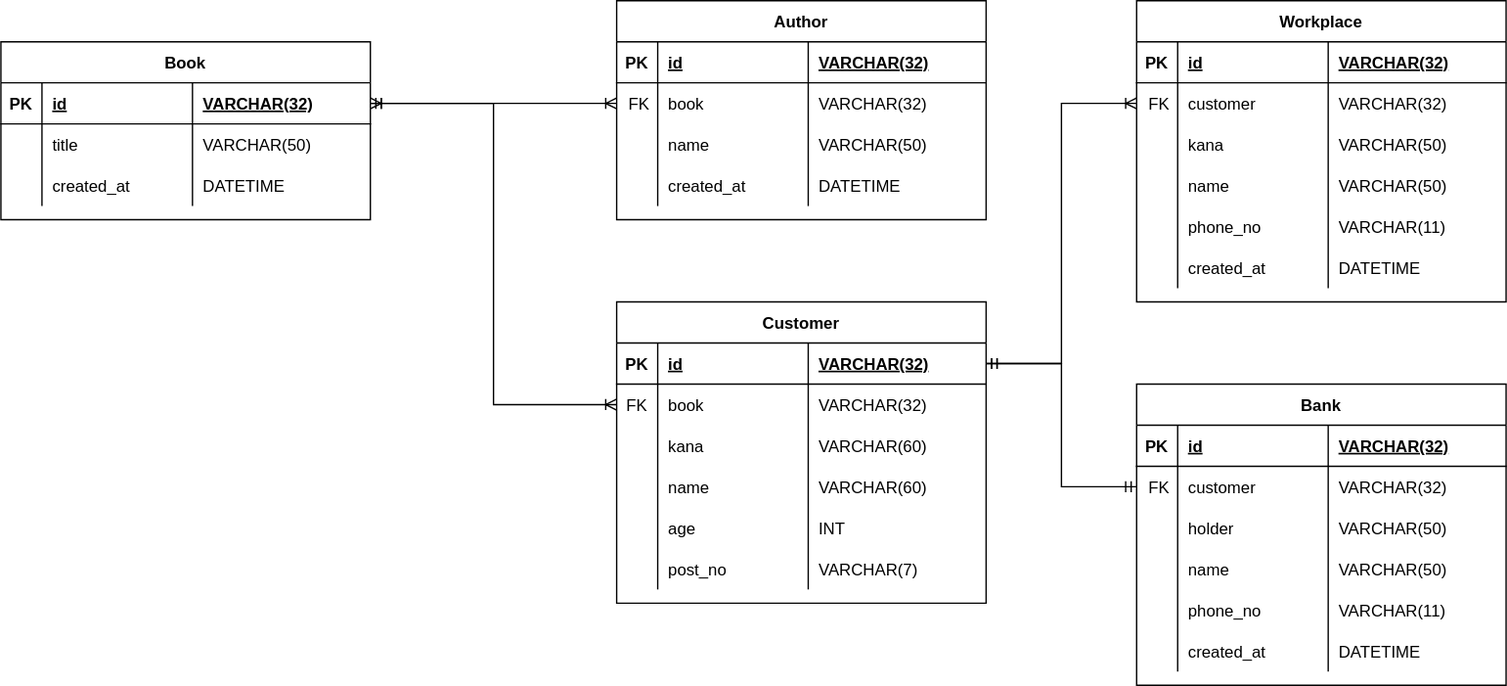
This is 勉強用ER図.drawio.svg from shun198/django-rest-framework, a draw.io export, as it was before one commit. Source tidied: cells renumbered, new cells last; positions are measured from the earlier drawing's top-left corner, leaving out a move shared by most shapes.
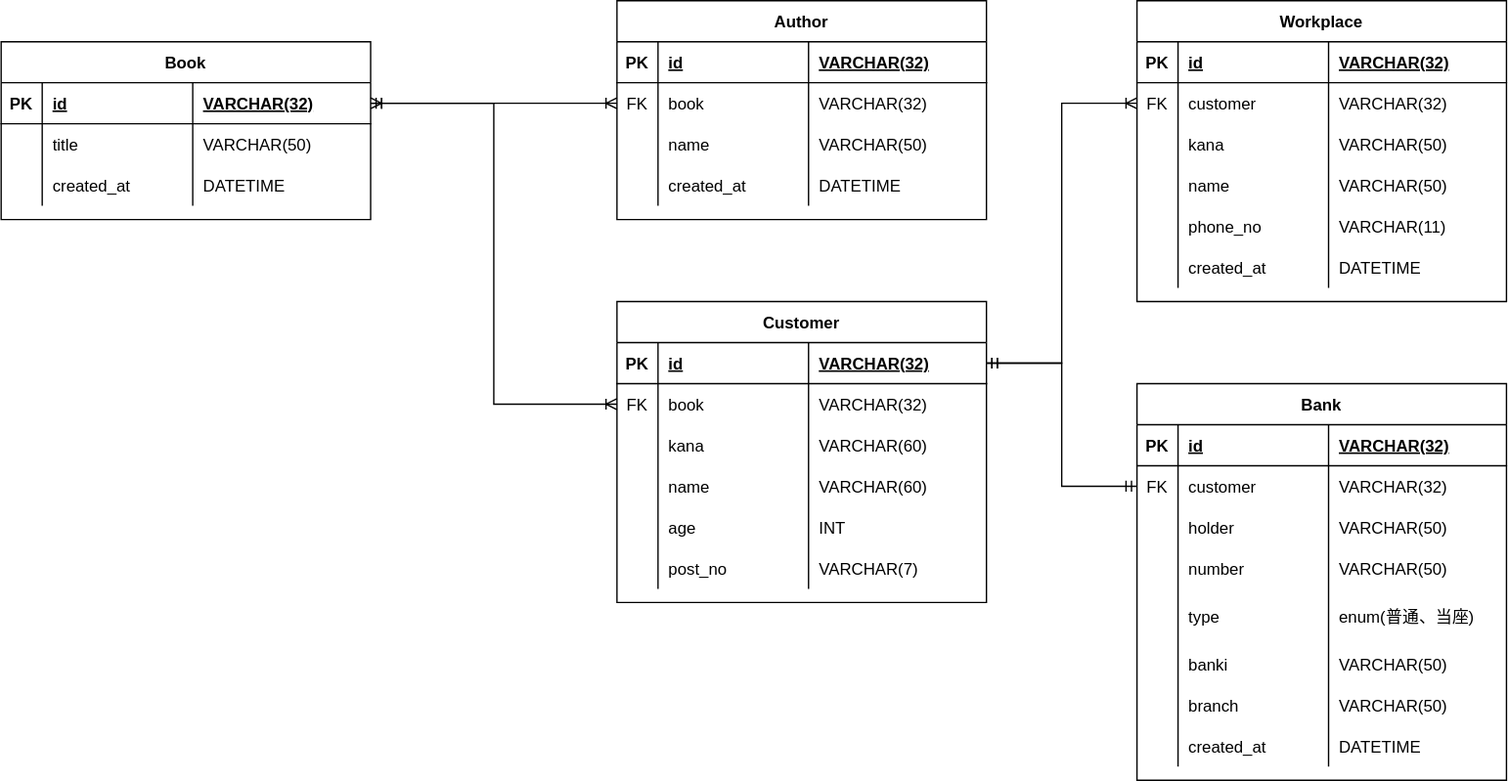
After the change.

What changed in the source:
```diff
@@ -252,7 +252,7 @@
       <mxGeometry relative="1" as="geometry" />
     </mxCell>
     <mxCell id="85" value="Bank" style="shape=table;startSize=30;rowLines=0;fontStyle=1;align=center;" parent="1" vertex="1">
-      <mxGeometry x="830" y="280" width="270" height="220" as="geometry" />
+      <mxGeometry x="830" y="280" width="270" height="290" as="geometry" />
     </mxCell>
     <mxCell id="86" style="shape=partialRectangle;fillColor=none;top=0;left=0;right=0;bottom=1;" parent="85" vertex="1">
       <mxGeometry y="30" width="270" height="30" as="geometry" />
@@ -296,26 +296,50 @@
     <mxCell id="99" style="shape=partialRectangle;overflow=hidden;fillColor=none;top=0;left=0;bottom=0;right=0;" parent="98" vertex="1">
       <mxGeometry width="30" height="30" as="geometry" />
     </mxCell>
-    <mxCell id="100" value="name" style="shape=partialRectangle;overflow=hidden;fillColor=none;top=0;left=0;bottom=0;right=0;align=left;spacingLeft=6;" parent="98" vertex="1">
+    <mxCell id="100" value="number" style="shape=partialRectangle;overflow=hidden;fillColor=none;top=0;left=0;bottom=0;right=0;align=left;spacingLeft=6;" parent="98" vertex="1">
       <mxGeometry x="30" width="110" height="30" as="geometry" />
     </mxCell>
     <mxCell id="101" value="VARCHAR(50)" style="shape=partialRectangle;overflow=hidden;fillColor=none;top=0;left=0;bottom=0;right=0;align=left;spacingLeft=6;" parent="98" vertex="1">
       <mxGeometry x="140" width="130" height="30" as="geometry" />
     </mxCell>
     <mxCell id="102" style="shape=partialRectangle;fillColor=none;top=0;left=0;right=0;bottom=0;" parent="85" vertex="1">
-      <mxGeometry y="150" width="270" height="30" as="geometry" />
+      <mxGeometry y="150" width="270" height="40" as="geometry" />
     </mxCell>
     <mxCell id="103" style="shape=partialRectangle;overflow=hidden;fillColor=none;top=0;left=0;bottom=0;right=0;" parent="102" vertex="1">
-      <mxGeometry width="30" height="30" as="geometry" />
+      <mxGeometry width="30" height="40" as="geometry" />
     </mxCell>
-    <mxCell id="104" value="phone_no" style="shape=partialRectangle;overflow=hidden;fillColor=none;top=0;left=0;bottom=0;right=0;align=left;spacingLeft=6;" parent="102" vertex="1">
-      <mxGeometry x="30" width="110" height="30" as="geometry" />
+    <mxCell id="104" value="type" style="shape=partialRectangle;overflow=hidden;fillColor=none;top=0;left=0;bottom=0;right=0;align=left;spacingLeft=6;" parent="102" vertex="1">
+      <mxGeometry x="30" width="110" height="40" as="geometry" />
     </mxCell>
-    <mxCell id="105" value="VARCHAR(11)" style="shape=partialRectangle;overflow=hidden;fillColor=none;top=0;left=0;bottom=0;right=0;align=left;spacingLeft=6;" parent="102" vertex="1">
-      <mxGeometry x="140" width="130" height="30" as="geometry" />
+    <mxCell id="105" value="enum(普通、当座)" style="shape=partialRectangle;overflow=hidden;fillColor=none;top=0;left=0;bottom=0;right=0;align=left;spacingLeft=6;" parent="102" vertex="1">
+      <mxGeometry x="140" width="130" height="40" as="geometry" />
     </mxCell>
+    <mxCell id="111" style="shape=partialRectangle;fillColor=none;top=0;left=0;right=0;bottom=0;" parent="85" vertex="1">
+      <mxGeometry y="190" width="270" height="30" as="geometry" />
+    </mxCell>
+    <mxCell id="112" style="shape=partialRectangle;overflow=hidden;fillColor=none;top=0;left=0;bottom=0;right=0;" parent="111" vertex="1">
+      <mxGeometry width="30" height="30" as="geometry" />
+    </mxCell>
+    <mxCell id="113" value="banki" style="shape=partialRectangle;overflow=hidden;fillColor=none;top=0;left=0;bottom=0;right=0;align=left;spacingLeft=6;" parent="111" vertex="1">
+      <mxGeometry x="30" width="110" height="30" as="geometry" />
+    </mxCell>
+    <mxCell id="114" value="VARCHAR(50)" style="shape=partialRectangle;overflow=hidden;fillColor=none;top=0;left=0;bottom=0;right=0;align=left;spacingLeft=6;" parent="111" vertex="1">
+      <mxGeometry x="140" width="130" height="30" as="geometry" />
+    </mxCell>
+    <mxCell id="115" style="shape=partialRectangle;fillColor=none;top=0;left=0;right=0;bottom=0;" parent="85" vertex="1">
+      <mxGeometry y="220" width="270" height="30" as="geometry" />
+    </mxCell>
+    <mxCell id="116" style="shape=partialRectangle;overflow=hidden;fillColor=none;top=0;left=0;bottom=0;right=0;" parent="115" vertex="1">
+      <mxGeometry width="30" height="30" as="geometry" />
+    </mxCell>
+    <mxCell id="117" value="branch" style="shape=partialRectangle;overflow=hidden;fillColor=none;top=0;left=0;bottom=0;right=0;align=left;spacingLeft=6;" parent="115" vertex="1">
+      <mxGeometry x="30" width="110" height="30" as="geometry" />
+    </mxCell>
+    <mxCell id="118" value="VARCHAR(50)" style="shape=partialRectangle;overflow=hidden;fillColor=none;top=0;left=0;bottom=0;right=0;align=left;spacingLeft=6;" parent="115" vertex="1">
+      <mxGeometry x="140" width="130" height="30" as="geometry" />
+    </mxCell>
     <mxCell id="106" style="shape=partialRectangle;fillColor=none;top=0;left=0;right=0;bottom=0;" parent="85" vertex="1">
-      <mxGeometry y="180" width="270" height="30" as="geometry" />
+      <mxGeometry y="250" width="270" height="30" as="geometry" />
     </mxCell>
     <mxCell id="107" style="shape=partialRectangle;overflow=hidden;fillColor=none;top=0;left=0;bottom=0;right=0;" parent="106" vertex="1">
       <mxGeometry width="30" height="30" as="geometry" />
```
